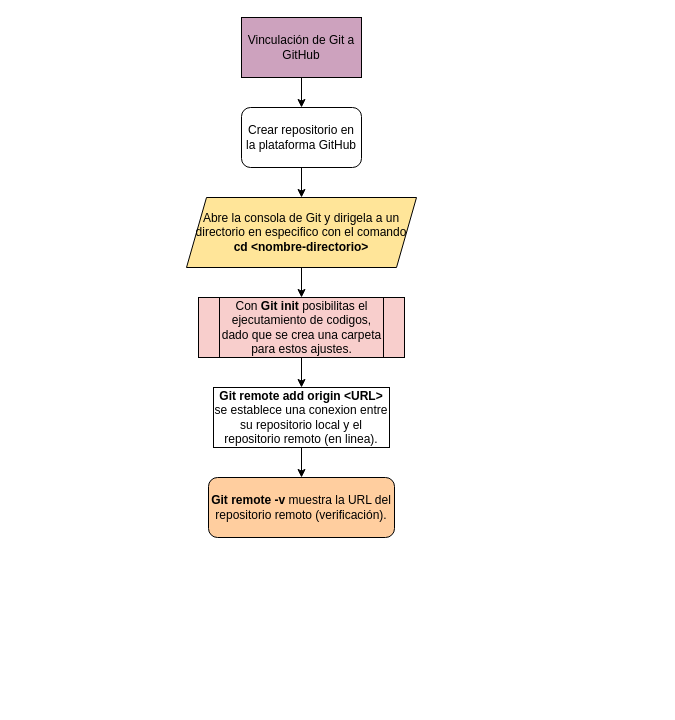
Before: Iniciar-Git-y-GitHub.drawio in gerly02/actividades-G, a draw.io diagram. Source tidied: cells renumbered, new cells numbered last; positions are measured from the earlier drawing's top-left corner, leaving out a move shared by most shapes. Both pictures are drawn from the tidied source at 100%, with x=0, y=0 at pixel (186, 17).
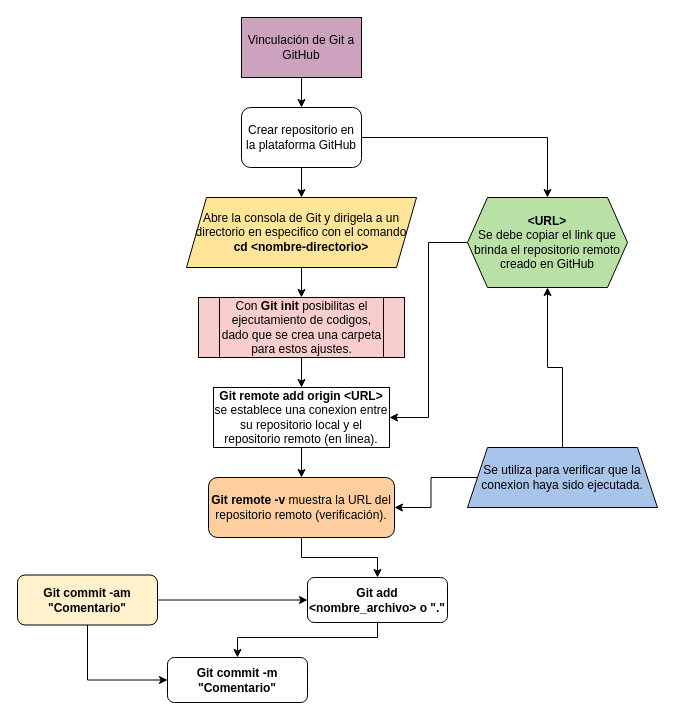
After the change.

Unchanged cells that the change refers to:
```xml
<mxCell id="5" value="Crear repositorio en la plataforma GitHub" style="rounded=1;whiteSpace=wrap;html=1;" parent="1" vertex="1">
  <mxGeometry x="55" y="90" width="120" height="60" as="geometry" />
</mxCell>
<mxCell id="11" value="&lt;b&gt;Git remote add origin &amp;lt;URL&amp;gt; &lt;/b&gt;se establece una conexion entre su repositorio local y el repositorio remoto (en linea)." style="rounded=0;whiteSpace=wrap;html=1;" parent="1" vertex="1">
  <mxGeometry x="27" y="370" width="176" height="60" as="geometry" />
</mxCell>
<mxCell id="12" value="&lt;b&gt;Git remote -v &lt;/b&gt;muestra la URL del repositorio remoto (verificación)." style="rounded=1;whiteSpace=wrap;html=1;fillColor=#FFCE9F;" parent="1" vertex="1">
  <mxGeometry x="22" y="460" width="186" height="60" as="geometry" />
</mxCell>
```

What changed in the source:
```diff
@@
+    <mxCell id="13" style="edgeStyle=orthogonalEdgeStyle;rounded=0;jettySize=auto;html=1;entryX=0.5;entryY=0;entryDx=0;entryDy=0;" parent="1" edge="1" source="5" target="16">
+      <mxGeometry relative="1" as="geometry" />
+    </mxCell>
@@
+    <mxCell id="14" style="edgeStyle=orthogonalEdgeStyle;rounded=0;jettySize=auto;html=1;exitX=0.5;exitY=1;exitDx=0;exitDy=0;" parent="1" edge="1" source="12" target="21">
+      <mxGeometry relative="1" as="geometry" />
+    </mxCell>
@@
+    <mxCell id="15" style="edgeStyle=orthogonalEdgeStyle;rounded=0;jettySize=auto;html=1;entryX=1;entryY=0.5;entryDx=0;entryDy=0;" parent="1" edge="1" source="16" target="11">
+      <mxGeometry relative="1" as="geometry" />
+    </mxCell>
+    <mxCell id="16" value="&lt;b&gt;&amp;lt;URL&amp;gt;&lt;/b&gt;&lt;br&gt;Se debe copiar el link que brinda el repositorio remoto creado en GitHub" style="shape=hexagon;perimeter=hexagonPerimeter2;whiteSpace=wrap;html=1;fixedSize=1;fillColor=#B9E0A5;" parent="1" vertex="1">
+      <mxGeometry x="281" y="180" width="160" height="90" as="geometry" />
+    </mxCell>
+    <mxCell id="17" style="edgeStyle=orthogonalEdgeStyle;rounded=0;jettySize=auto;html=1;entryX=1;entryY=0.5;entryDx=0;entryDy=0;" parent="1" edge="1" source="19" target="12">
+      <mxGeometry relative="1" as="geometry" />
+    </mxCell>
+    <mxCell id="18" style="edgeStyle=orthogonalEdgeStyle;rounded=0;jettySize=auto;html=1;entryX=0.5;entryY=1;entryDx=0;entryDy=0;" parent="1" edge="1" source="19" target="16">
+      <mxGeometry relative="1" as="geometry" />
+    </mxCell>
+    <mxCell id="19" value="Se utiliza para verificar que la conexion haya sido ejecutada." style="shape=trapezoid;perimeter=trapezoidPerimeter;whiteSpace=wrap;html=1;fixedSize=1;fillColor=#A9C4EB;" parent="1" vertex="1">
+      <mxGeometry x="281" y="430" width="190" height="60" as="geometry" />
+    </mxCell>
+    <mxCell id="20" style="edgeStyle=orthogonalEdgeStyle;rounded=0;jettySize=auto;html=1;entryX=0.5;entryY=0;entryDx=0;entryDy=0;" parent="1" edge="1" source="21" target="22">
+      <mxGeometry relative="1" as="geometry">
+        <Array as="points">
+          <mxPoint x="191" y="620" />
+          <mxPoint x="51" y="620" />
+        </Array>
+      </mxGeometry>
+    </mxCell>
+    <mxCell id="21" value="Git add &amp;lt;nombre_archivo&amp;gt; o &quot;.&quot;" style="rounded=1;whiteSpace=wrap;html=1;fontStyle=1;" parent="1" vertex="1">
+      <mxGeometry x="121" y="560" width="140" height="45" as="geometry" />
+    </mxCell>
+    <mxCell id="22" value="&lt;b&gt;Git commit -m &quot;Comentario&quot;&lt;/b&gt;" style="rounded=1;whiteSpace=wrap;html=1;" parent="1" vertex="1">
+      <mxGeometry x="-19" y="640" width="140" height="45" as="geometry" />
+    </mxCell>
+    <mxCell id="23" style="edgeStyle=orthogonalEdgeStyle;rounded=0;jettySize=auto;html=1;entryX=0;entryY=0.5;entryDx=0;entryDy=0;" parent="1" edge="1" source="25" target="21">
+      <mxGeometry relative="1" as="geometry" />
+    </mxCell>
+    <mxCell id="24" style="edgeStyle=orthogonalEdgeStyle;rounded=0;jettySize=auto;html=1;entryX=0;entryY=0.5;entryDx=0;entryDy=0;" parent="1" edge="1" source="25" target="22">
+      <mxGeometry relative="1" as="geometry">
+        <Array as="points">
+          <mxPoint x="-99" y="663" />
+        </Array>
+      </mxGeometry>
+    </mxCell>
+    <mxCell id="25" value="&lt;b&gt;Git commit -am &quot;Comentario&quot;&lt;/b&gt;" style="rounded=1;whiteSpace=wrap;html=1;fillColor=#FFF2CC;" parent="1" vertex="1">
+      <mxGeometry x="-169" y="557.5" width="140" height="50" as="geometry" />
+    </mxCell>
```
